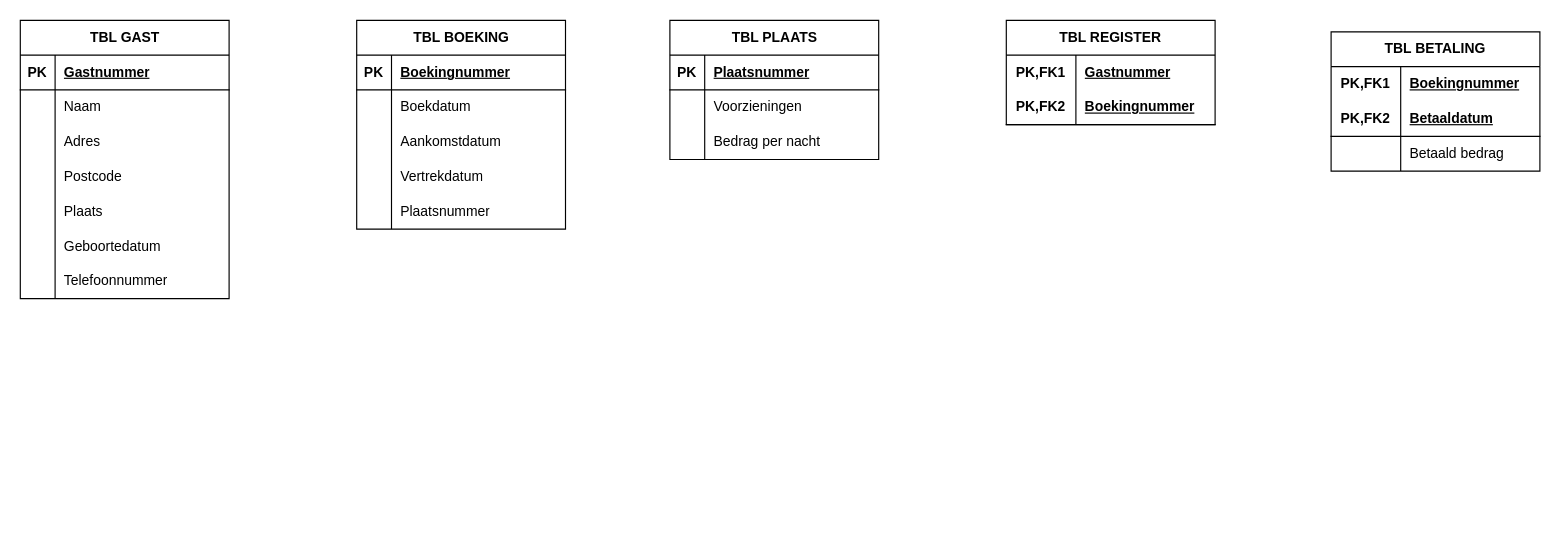
Before: Oefening9.drawio in Kristian-5/Database_Normalisatie, a draw.io diagram. Source tidied: cells renumbered, new cells numbered last; positions are measured from the earlier drawing's top-left corner, leaving out a move shared by most shapes. Both pictures are drawn from the tidied source at 116%, with x=0, y=0 at pixel (20, 20).
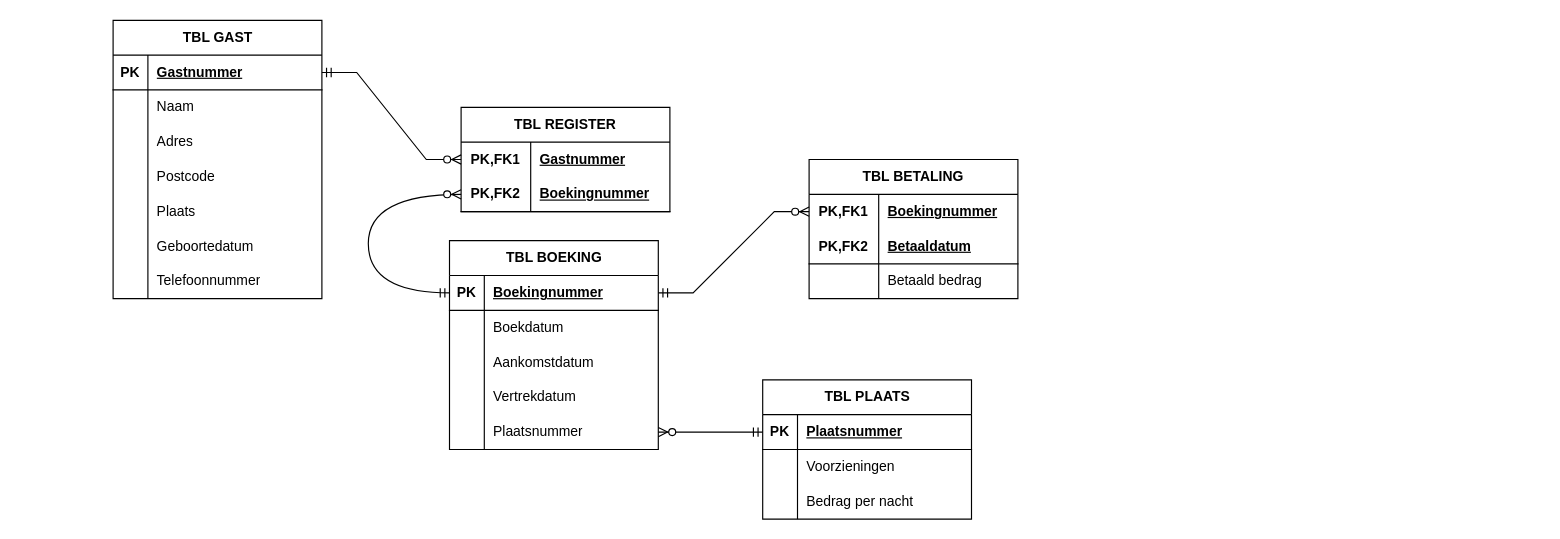
The same diagram, later.

The change refers to these unchanged cells:
```xml
<mxCell id="3" style="shape=tableRow;horizontal=0;startSize=0;swimlaneHead=0;swimlaneBody=0;fillColor=none;points=[[0,0.5],[1,0.5]];portConstraint=eastwest;top=0;left=0;right=0;bottom=1;" parent="2" vertex="1">
  <mxGeometry y="30" width="180" height="30" as="geometry" />
</mxCell>
<mxCell id="25" style="shape=tableRow;horizontal=0;startSize=0;swimlaneHead=0;swimlaneBody=0;fillColor=none;points=[[0,0.5],[1,0.5]];portConstraint=eastwest;top=0;left=0;right=0;bottom=1;" parent="24" vertex="1">
  <mxGeometry y="30" width="180" height="30" as="geometry" />
</mxCell>
<mxCell id="37" style="shape=tableRow;horizontal=0;startSize=0;swimlaneHead=0;swimlaneBody=0;fillColor=none;points=[[0,0.5],[1,0.5]];portConstraint=eastwest;top=0;left=0;right=0;bottom=0;" parent="24" vertex="1">
  <mxGeometry y="150" width="180" height="30" as="geometry" />
</mxCell>
<mxCell id="41" style="shape=tableRow;horizontal=0;startSize=0;swimlaneHead=0;swimlaneBody=0;fillColor=none;points=[[0,0.5],[1,0.5]];portConstraint=eastwest;top=0;left=0;right=0;bottom=1;" parent="40" vertex="1">
  <mxGeometry y="30" width="180" height="30" as="geometry" />
</mxCell>
<mxCell id="51" style="shape=tableRow;horizontal=0;startSize=0;swimlaneHead=0;swimlaneBody=0;fillColor=none;points=[[0,0.5],[1,0.5]];portConstraint=eastwest;top=0;left=0;right=0;bottom=0;html=1;" parent="50" vertex="1">
  <mxGeometry y="30" width="180" height="30" as="geometry" />
</mxCell>
<mxCell id="54" style="shape=tableRow;horizontal=0;startSize=0;swimlaneHead=0;swimlaneBody=0;fillColor=none;points=[[0,0.5],[1,0.5]];portConstraint=eastwest;top=0;left=0;right=0;bottom=1;html=1;" parent="50" vertex="1">
  <mxGeometry y="60" width="180" height="30" as="geometry" />
</mxCell>
<mxCell id="58" style="shape=tableRow;horizontal=0;startSize=0;swimlaneHead=0;swimlaneBody=0;fillColor=none;points=[[0,0.5],[1,0.5]];portConstraint=eastwest;top=0;left=0;right=0;bottom=0;html=1;" parent="57" vertex="1">
  <mxGeometry y="30" width="180" height="30" as="geometry" />
</mxCell>
```

What changed in the source:
```diff
@@
     <mxCell id="2" value="TBL GAST" style="shape=table;startSize=30;childLayout=tableLayout;rowLines=0;fontStyle=1;align=center;html=1;" parent="1" vertex="1">
-      <mxGeometry width="180" height="240" as="geometry" />
+      <mxGeometry x="80" width="180" height="240" as="geometry" />
     </mxCell>
@@
     <mxCell id="24" value="TBL BOEKING" style="shape=table;startSize=30;childLayout=tableLayout;rowLines=0;fontStyle=1;align=center;html=1;" parent="1" vertex="1">
-      <mxGeometry x="290" width="180" height="180" as="geometry" />
+      <mxGeometry x="370" y="190" width="180" height="180" as="geometry" />
     </mxCell>
@@
     <mxCell id="40" value="TBL PLAATS" style="shape=table;startSize=30;childLayout=tableLayout;rowLines=0;fontStyle=1;align=center;html=1;" parent="1" vertex="1">
-      <mxGeometry x="560" width="180" height="120" as="geometry" />
+      <mxGeometry x="640" y="310" width="180" height="120" as="geometry" />
     </mxCell>
@@
     <mxCell id="50" value="TBL REGISTER" style="shape=table;startSize=30;childLayout=tableLayout;rowLines=0;fontStyle=1;align=center;html=1;whiteSpace=wrap;" parent="1" vertex="1">
-      <mxGeometry x="850" width="180" height="90" as="geometry" />
+      <mxGeometry x="380" y="75" width="180" height="90" as="geometry" />
     </mxCell>
@@
     <mxCell id="57" value="TBL BETALING" style="shape=table;startSize=30;childLayout=tableLayout;rowLines=0;fontStyle=1;align=center;html=1;whiteSpace=wrap;" parent="1" vertex="1">
-      <mxGeometry x="1130" y="10" width="180" height="120" as="geometry" />
+      <mxGeometry x="680" y="120" width="180" height="120" as="geometry" />
     </mxCell>
@@
+    <mxCell id="67" value=" " style="fontSize=12;html=1;endArrow=ERzeroToMany;startArrow=ERmandOne;rounded=0;edgeStyle=orthogonalEdgeStyle;exitX=0;exitY=0.5;exitDx=0;exitDy=0;curved=1;entryX=0;entryY=0.5;entryDx=0;entryDy=0;" parent="1" edge="1" source="25" target="54">
+      <mxGeometry relative="1" as="geometry">
+        <Array as="points">
+          <mxPoint x="300" y="235" />
+          <mxPoint x="300" y="150" />
+        </Array>
+      </mxGeometry>
+    </mxCell>
+    <mxCell id="68" style="edgeStyle=entityRelationEdgeStyle;fontSize=12;html=1;endArrow=ERzeroToMany;startArrow=ERmandOne;rounded=0;exitX=1;exitY=0.5;exitDx=0;exitDy=0;entryX=0;entryY=0.5;entryDx=0;entryDy=0;" parent="1" edge="1" source="3" target="51">
+      <mxGeometry relative="1" as="geometry" />
+    </mxCell>
+    <mxCell id="69" style="edgeStyle=entityRelationEdgeStyle;fontSize=12;html=1;endArrow=ERzeroToMany;startArrow=ERmandOne;rounded=0;exitX=0;exitY=0.5;exitDx=0;exitDy=0;" parent="1" edge="1" source="41" target="37">
+      <mxGeometry relative="1" as="geometry" />
+    </mxCell>
+    <mxCell id="70" style="edgeStyle=entityRelationEdgeStyle;fontSize=12;html=1;endArrow=ERzeroToMany;startArrow=ERmandOne;rounded=0;exitX=1;exitY=0.5;exitDx=0;exitDy=0;entryX=0;entryY=0.5;entryDx=0;entryDy=0;" parent="1" edge="1" source="25" target="58">
+      <mxGeometry relative="1" as="geometry" />
+    </mxCell>
```
